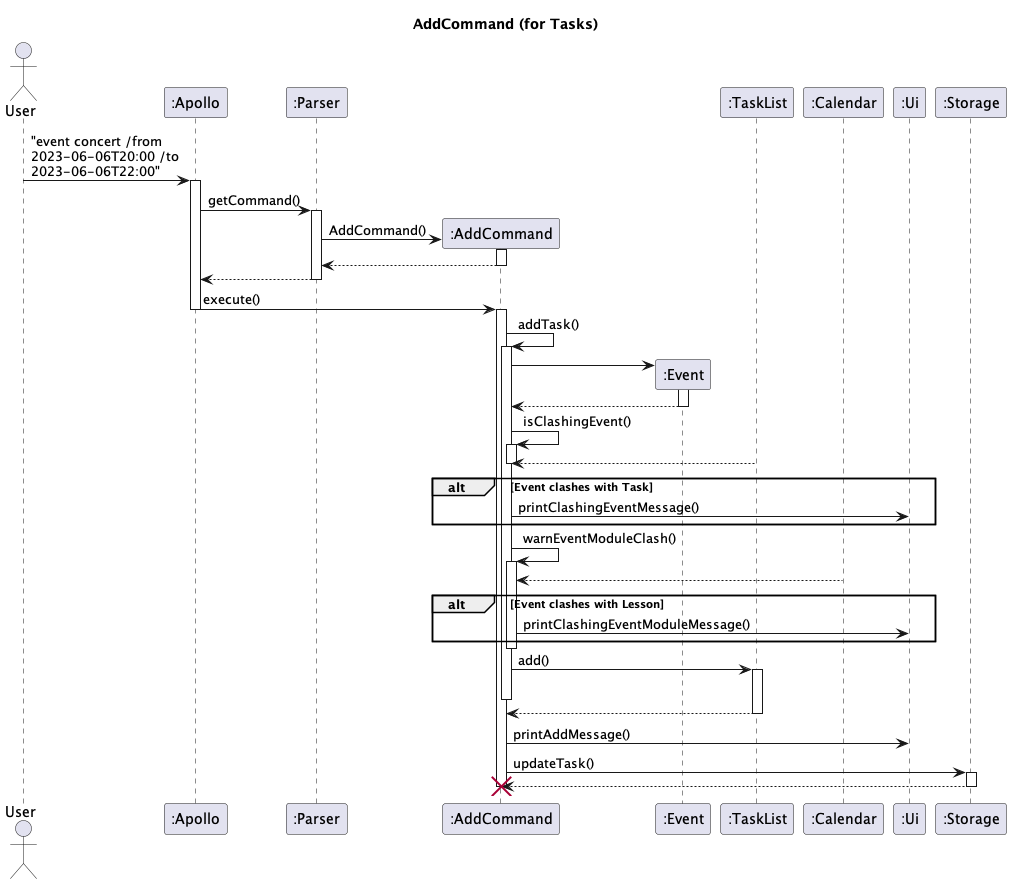
This is docs/uml-diagrams/AddCommand-AddCommand__for_Tasks_.png from nus-cs2113-AY2223S2/tp, a PlantUML export, as it was before one commit.
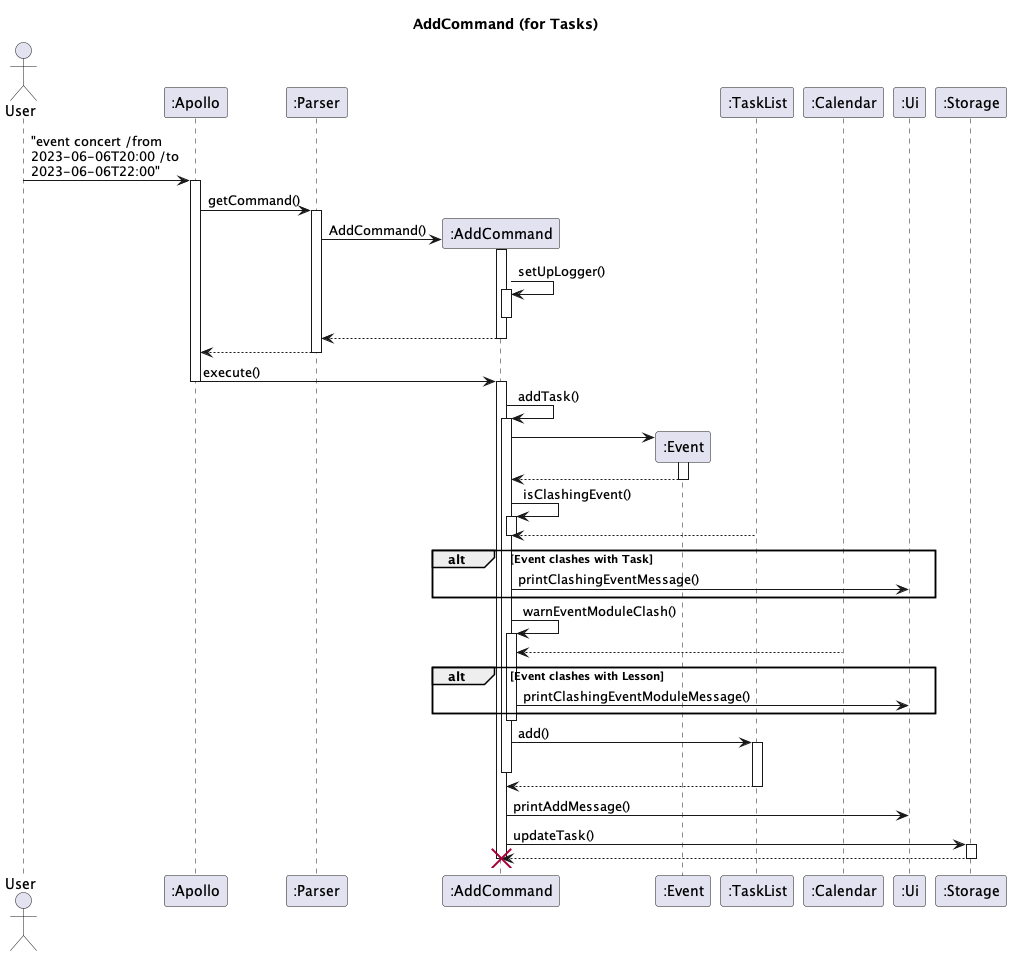
After the commit.

Commit message:
Add setUpLogger to AddCommand UML

Diff of the diagram source:
```diff
@@ -20,6 +20,8 @@
 activate Parser
 Parser -> add** : AddCommand()
 add++
+add -> add ++ : setUpLogger()
+add--
 return
 return
 
```
